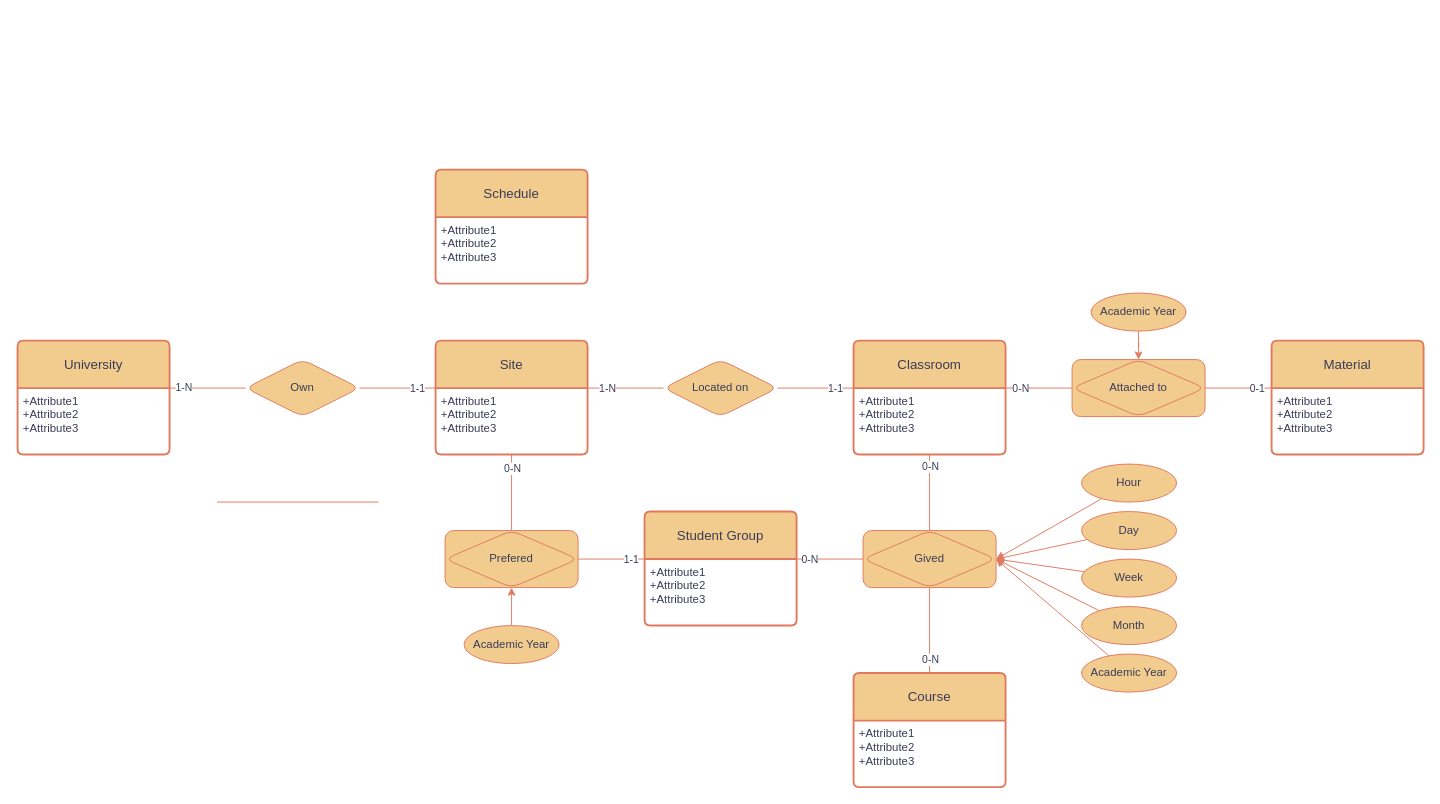
Before: EA_Diagram.drawio in fratjo/Calempus360, a draw.io diagram. Source tidied: cells renumbered, new cells numbered last; positions are measured from the earlier drawing's top-left corner, leaving out a move shared by most shapes. Both pictures are drawn from the tidied source at 95%, with x=0, y=0 at pixel (17, 169).
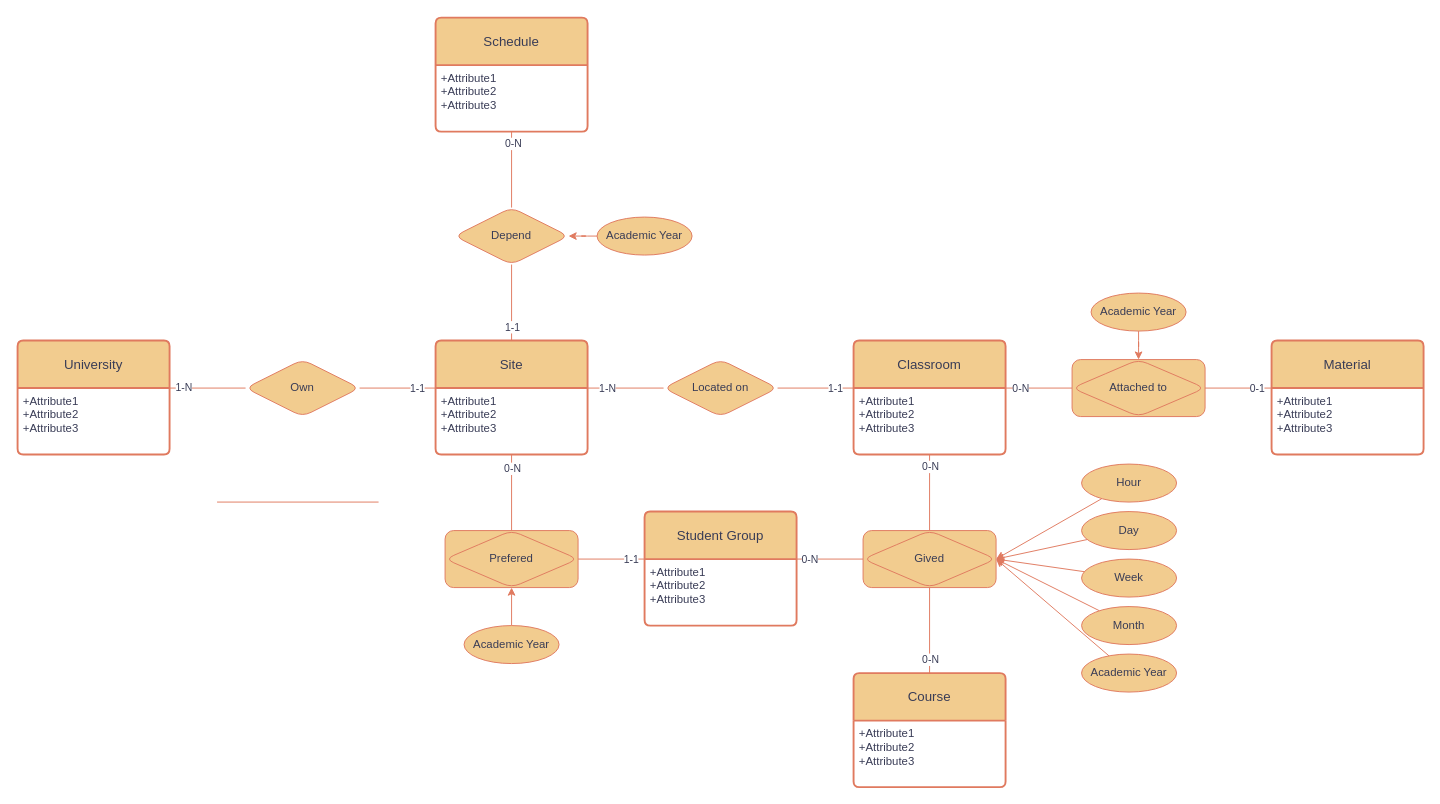
After the change.

Unchanged cells that the change refers to:
```xml
<mxCell id="5" value="Site" style="swimlane;horizontal=1;startSize=50;rounded=1;fontSize=14;fontStyle=0;strokeWidth=2;shadow=0;dashed=0;align=center;arcSize=4;whiteSpace=wrap;html=1;labelBackgroundColor=none;fillColor=#F2CC8F;strokeColor=#E07A5F;fontColor=#393C56;" parent="1" vertex="1">
  <mxGeometry x="440" y="180" width="160" height="120" as="geometry" />
</mxCell>
<mxCell id="30" value="+Attribute1&lt;br&gt;+Attribute2&lt;br&gt;+Attribute3" style="align=left;strokeColor=none;fillColor=none;spacingLeft=4;fontSize=12;verticalAlign=top;html=1;labelBackgroundColor=none;fontColor=#393C56;rounded=1;" parent="29" vertex="1">
  <mxGeometry y="50" width="160" height="70" as="geometry" />
</mxCell>
```

What changed in the source:
```diff
@@
     <mxCell id="29" value="Schedule" style="swimlane;horizontal=1;startSize=50;rounded=1;fontSize=14;fontStyle=0;strokeWidth=2;shadow=0;dashed=0;align=center;arcSize=4;whiteSpace=wrap;html=1;labelBackgroundColor=none;fillColor=#F2CC8F;strokeColor=#E07A5F;fontColor=#393C56;" parent="1" vertex="1">
-      <mxGeometry x="440" width="160" height="120" as="geometry" />
+      <mxGeometry x="440" y="-160" width="160" height="120" as="geometry" />
     </mxCell>
@@
+    <mxCell id="58" value="Depend" style="shape=rhombus;perimeter=rhombusPerimeter;whiteSpace=wrap;html=1;align=center;labelBackgroundColor=none;fillColor=#F2CC8F;strokeColor=#E07A5F;fontColor=#393C56;rounded=1;" parent="1" vertex="1">
+      <mxGeometry x="460" y="40" width="120" height="60" as="geometry" />
+    </mxCell>
+    <mxCell id="59" style="endArrow=none;html=1;rounded=0;strokeColor=#E07A5F;fontColor=#393C56;fillColor=#F2CC8F;exitX=0.5;exitY=1;exitDx=0;exitDy=0;entryX=0.5;entryY=0;entryDx=0;entryDy=0;" parent="1" edge="1" source="30" target="58">
+      <mxGeometry relative="1" as="geometry" />
+    </mxCell>
+    <mxCell id="60" value="0-N" style="edgeLabel;html=1;align=center;verticalAlign=middle;fontColor=#393C56;" parent="59" vertex="1">
+      <mxGeometry x="-0.7" y="1" relative="1" as="geometry" />
+    </mxCell>
+    <mxCell id="61" style="endArrow=none;html=1;rounded=0;strokeColor=#E07A5F;fontColor=#393C56;fillColor=#F2CC8F;exitX=0.5;exitY=1;exitDx=0;exitDy=0;entryX=0.5;entryY=0;entryDx=0;entryDy=0;" parent="1" edge="1" source="58" target="5">
+      <mxGeometry relative="1" as="geometry" />
+    </mxCell>
+    <mxCell id="62" value="1-1" style="edgeLabel;html=1;align=center;verticalAlign=middle;fontColor=#393C56;" parent="61" vertex="1">
+      <mxGeometry x="0.62" relative="1" as="geometry" />
+    </mxCell>
+    <mxCell id="63" style="edgeStyle=orthogonalEdgeStyle;rounded=1;jettySize=auto;html=1;strokeColor=#E07A5F;fontColor=#393C56;fillColor=#F2CC8F;" parent="1" edge="1" source="64" target="58">
+      <mxGeometry relative="1" as="geometry" />
+    </mxCell>
+    <mxCell id="64" value="Academic Year" style="ellipse;whiteSpace=wrap;html=1;align=center;rounded=1;strokeColor=#E07A5F;fontColor=#393C56;fillColor=#F2CC8F;" parent="1" vertex="1">
+      <mxGeometry x="610" y="50" width="100" height="40" as="geometry" />
+    </mxCell>
```
